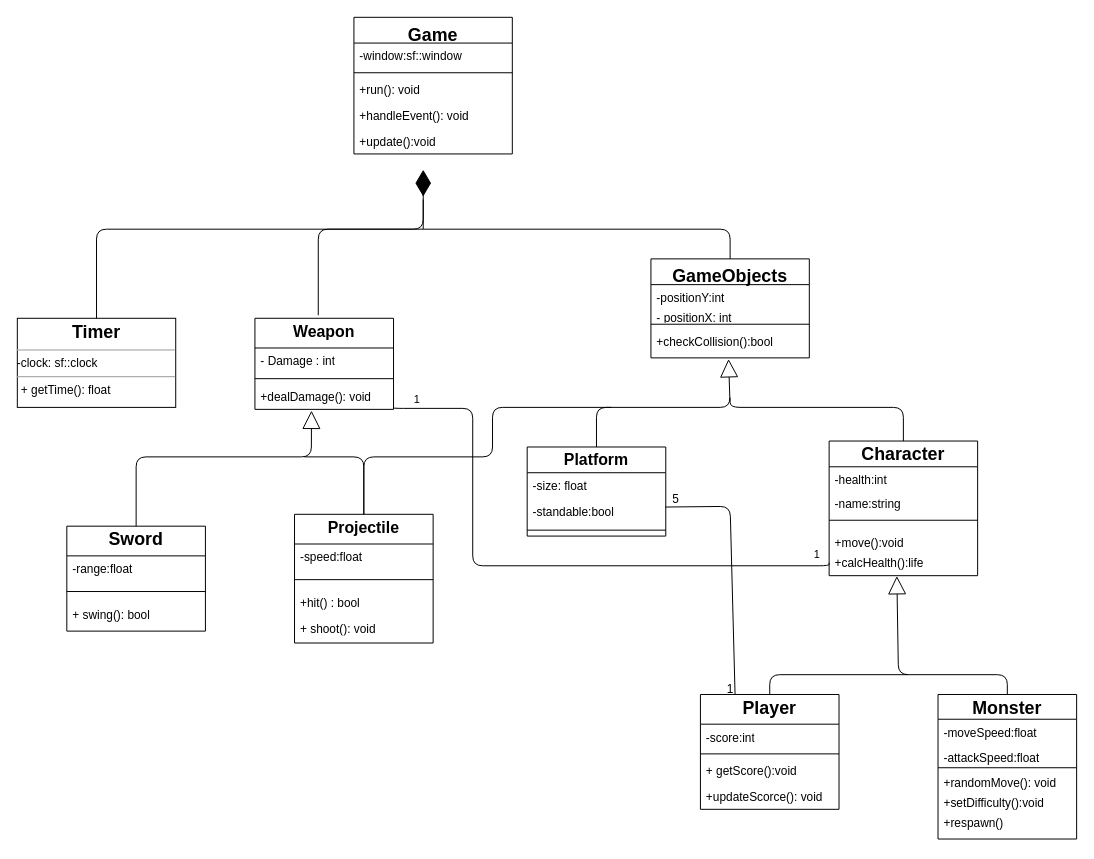
Earlier version of the draw.io diagram classDiagram.drawio (Gabe-Hog/platformer-game). Source tidied: cells renumbered, new cells numbered last; positions are measured from the earlier drawing's top-left corner, leaving out a move shared by most shapes. Both pictures are drawn from the tidied source at 99%, with x=0, y=0 at pixel (17, 17).
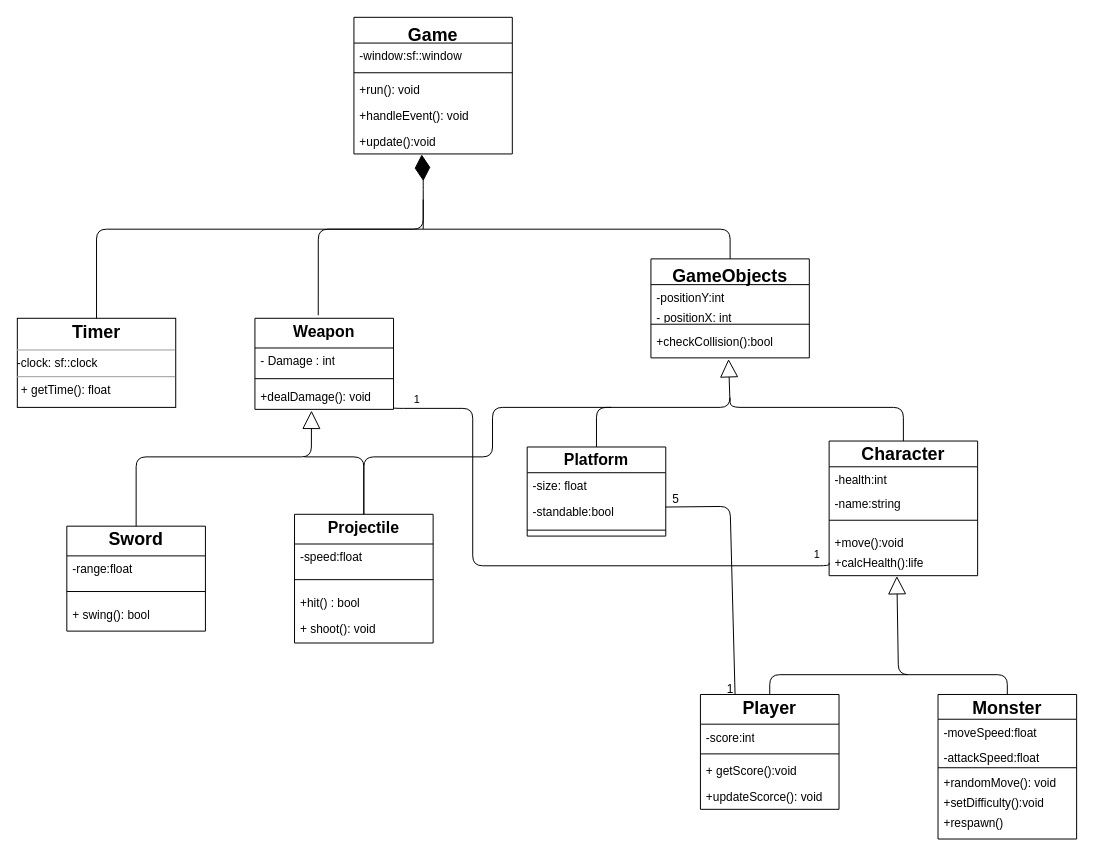
Above is the later version.

Commit message:
Update once moree.....

Unchanged cells that the change refers to:
```xml
<mxCell id="66" value="+update():void" style="text;strokeColor=none;fillColor=none;align=left;verticalAlign=top;spacingLeft=4;spacingRight=4;overflow=hidden;points=[[0,0.5],[1,0.5]];portConstraint=eastwest;" parent="61" vertex="1">
  <mxGeometry y="112" width="160" height="26" as="geometry" />
</mxCell>
```

Diff of the diagram source:
```diff
@@
-    <mxCell id="44" style="endArrow=diamondThin;endFill=1;endSize=24;html=1;fontSize=12;" parent="1" edge="1">
+    <mxCell id="44" style="endArrow=diamondThin;endFill=1;endSize=24;html=1;fontSize=12;entryX=0.428;entryY=1.019;entryDx=0;entryDy=0;entryPerimeter=0;" parent="1" edge="1" target="66">
       <mxGeometry relative="1" as="geometry">
         <mxPoint x="410" y="214" as="sourcePoint" />
-        <mxPoint x="410" y="154" as="targetPoint" />
         <Array as="points">
           <mxPoint x="410" y="164" />
         </Array>
       </mxGeometry>
     </mxCell>
```
